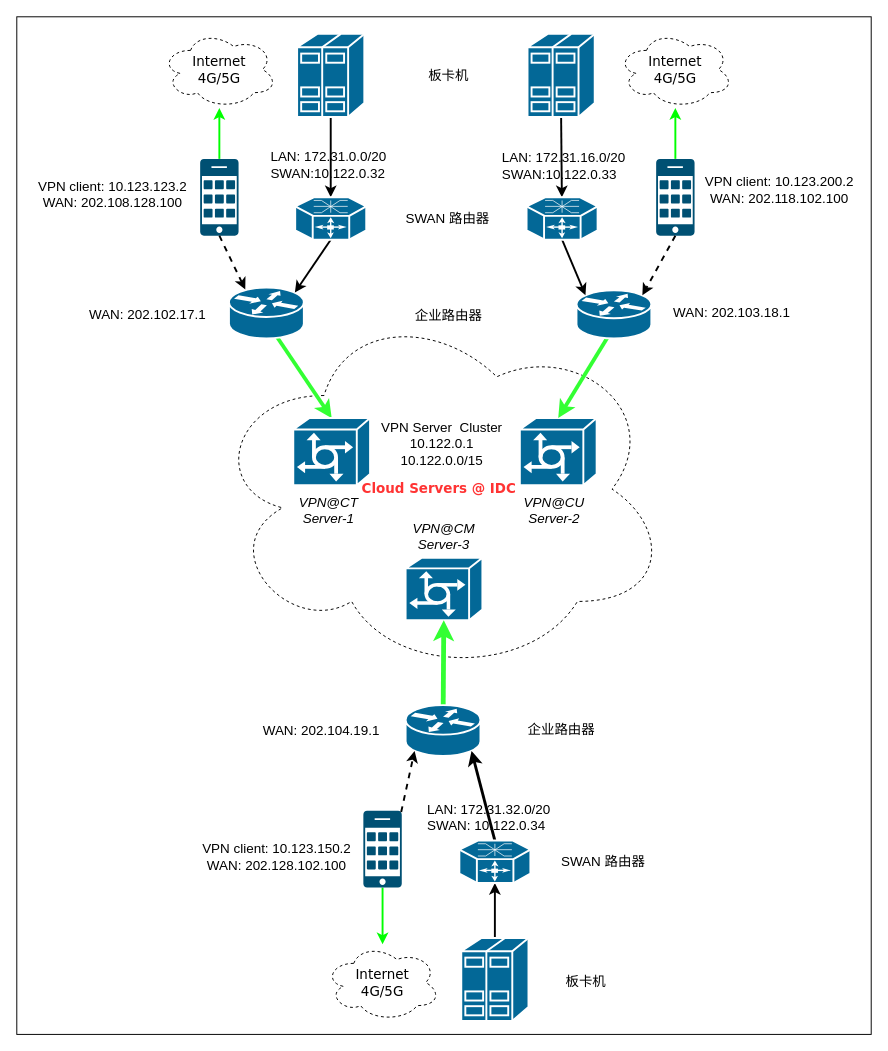
Before: Untitled Diagram.drawio in nxtreaming/andy_study, a draw.io diagram. Source tidied: cells renumbered, new cells numbered last; positions are measured from the earlier drawing's top-left corner, leaving out a move shared by most shapes. Both pictures are drawn from the tidied source at 96%, with x=0, y=0 at pixel (16, 16).
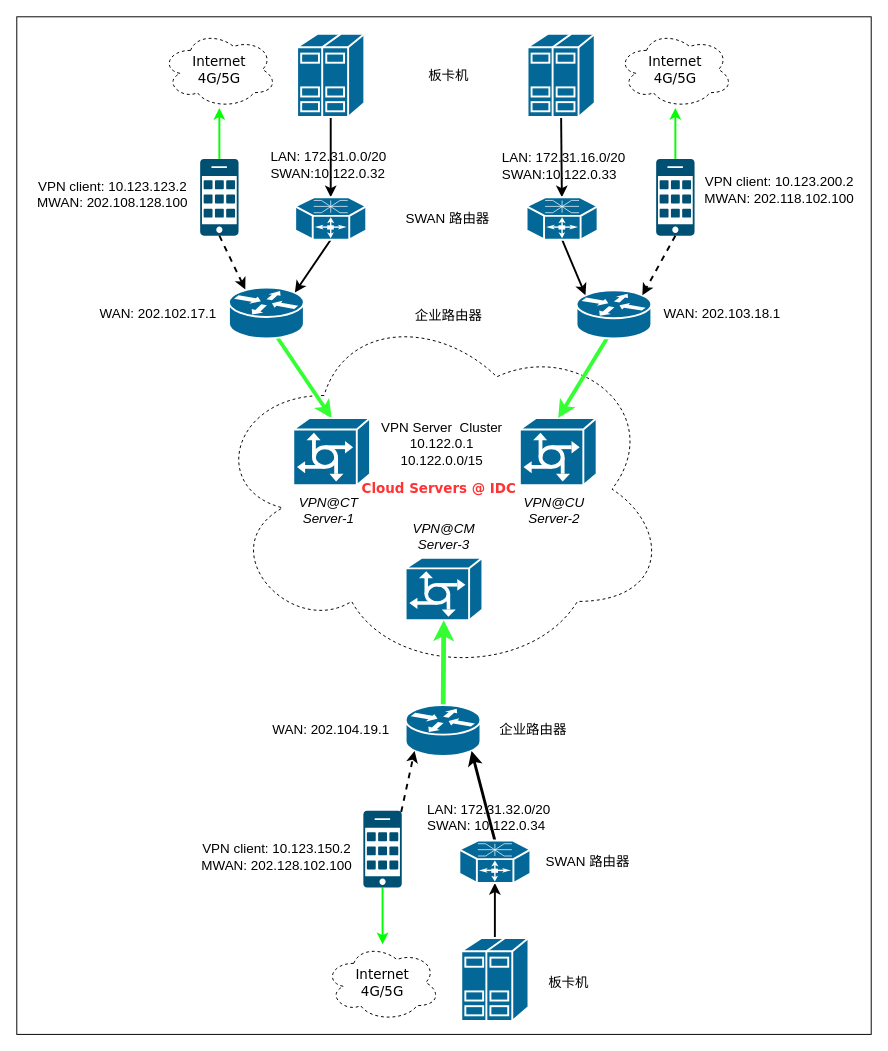
The same page after the edit.

The edit, as a diff of the source:
```diff
@@
     <mxCell id="39" value="&lt;font style=&quot;font-size: 14px;&quot;&gt;WAN: 202.102.17.1&lt;/font&gt;" style="text;strokeColor=none;align=center;fillColor=none;html=1;verticalAlign=middle;whiteSpace=wrap;rounded=0;" parent="1" vertex="1">
-      <mxGeometry x="69" y="296.8" width="135" height="26.5" as="geometry" />
+      <mxGeometry x="80" y="295.8" width="135" height="26.5" as="geometry" />
     </mxCell>
     <mxCell id="40" value="&lt;font style=&quot;font-size: 14px;&quot;&gt;WAN: 202.103.18.1&lt;/font&gt;" style="text;strokeColor=none;align=center;fillColor=none;html=1;verticalAlign=middle;whiteSpace=wrap;rounded=0;" parent="1" vertex="1">
-      <mxGeometry x="680" y="293.2" width="130" height="28.8" as="geometry" />
+      <mxGeometry x="670" y="294.1" width="130" height="28.8" as="geometry" />
     </mxCell>
     <mxCell id="41" value="&lt;font style=&quot;font-size: 14px;&quot;&gt;WAN: 202.104.19.1&lt;/font&gt;" style="text;strokeColor=none;align=center;fillColor=none;html=1;verticalAlign=middle;whiteSpace=wrap;rounded=0;" parent="1" vertex="1">
-      <mxGeometry x="250" y="728" width="135" height="31" as="geometry" />
+      <mxGeometry x="259.5" y="727" width="135" height="31" as="geometry" />
     </mxCell>
-    <mxCell id="42" value="&lt;font style=&quot;font-size: 14px;&quot;&gt;VPN client: 10.123.123.2&lt;br&gt;WAN: 202.108.128.100&lt;br&gt;&lt;/font&gt;" style="text;strokeColor=none;align=center;fillColor=none;html=1;verticalAlign=middle;whiteSpace=wrap;rounded=0;" parent="1" vertex="1">
+    <mxCell id="42" value="&lt;font style=&quot;font-size: 14px;&quot;&gt;VPN client: 10.123.123.2&lt;br&gt;MWAN: 202.108.128.100&lt;br&gt;&lt;/font&gt;" style="text;strokeColor=none;align=center;fillColor=none;html=1;verticalAlign=middle;whiteSpace=wrap;rounded=0;" parent="1" vertex="1">
       <mxGeometry x="18" y="160" width="164" height="50" as="geometry" />
     </mxCell>
-    <mxCell id="43" value="&lt;font style=&quot;font-size: 14px;&quot;&gt;VPN client: 10.123.200.2&lt;br&gt;WAN: 202.118.102.100&lt;br&gt;&lt;/font&gt;" style="text;strokeColor=none;align=center;fillColor=none;html=1;verticalAlign=middle;whiteSpace=wrap;rounded=0;" parent="1" vertex="1">
+    <mxCell id="43" value="&lt;font style=&quot;font-size: 14px;&quot;&gt;VPN client: 10.123.200.2&lt;br&gt;MWAN: 202.118.102.100&lt;br&gt;&lt;/font&gt;" style="text;strokeColor=none;align=center;fillColor=none;html=1;verticalAlign=middle;whiteSpace=wrap;rounded=0;" parent="1" vertex="1">
       <mxGeometry x="713" y="155" width="163" height="50" as="geometry" />
     </mxCell>
-    <mxCell id="44" value="&lt;font style=&quot;font-size: 14px;&quot;&gt;VPN client: 10.123.150.2&lt;br&gt;WAN: 202.128.102.100&lt;br&gt;&lt;/font&gt;" style="text;strokeColor=none;align=center;fillColor=none;html=1;verticalAlign=middle;whiteSpace=wrap;rounded=0;" parent="1" vertex="1">
+    <mxCell id="44" value="&lt;font style=&quot;font-size: 14px;&quot;&gt;VPN client: 10.123.150.2&lt;br&gt;MWAN: 202.128.102.100&lt;br&gt;&lt;/font&gt;" style="text;strokeColor=none;align=center;fillColor=none;html=1;verticalAlign=middle;whiteSpace=wrap;rounded=0;" parent="1" vertex="1">
       <mxGeometry x="188" y="850" width="166" height="50.9" as="geometry" />
     </mxCell>
@@
     <mxCell id="50" value="&lt;font style=&quot;font-size: 14px;&quot;&gt;企业路由器&lt;/font&gt;" style="text;strokeColor=none;align=center;fillColor=#FFFFFF;html=1;verticalAlign=middle;whiteSpace=wrap;rounded=0;" parent="1" vertex="1">
-      <mxGeometry x="514.5" y="728" width="105" height="30" as="geometry" />
+      <mxGeometry x="500" y="728" width="75.5" height="30" as="geometry" />
     </mxCell>
     <mxCell id="51" value="&lt;font style=&quot;font-size: 14px;&quot;&gt;SWAN 路由器&lt;/font&gt;" style="text;strokeColor=none;align=center;fillColor=#FFFFFF;html=1;verticalAlign=middle;whiteSpace=wrap;rounded=0;fontColor=#000000;" parent="1" vertex="1">
-      <mxGeometry x="561" y="865.2" width="100" height="30" as="geometry" />
+      <mxGeometry x="550" y="865.2" width="90" height="30" as="geometry" />
     </mxCell>
     <mxCell id="52" value="&lt;font style=&quot;font-size: 14px;&quot;&gt;板卡机&lt;/font&gt;" style="text;strokeColor=none;align=center;fillColor=#FFFFFF;html=1;verticalAlign=middle;whiteSpace=wrap;rounded=0;" parent="1" vertex="1">
-      <mxGeometry x="563" y="990" width="60" height="30" as="geometry" />
+      <mxGeometry x="550" y="991" width="50" height="30" as="geometry" />
     </mxCell>
```
